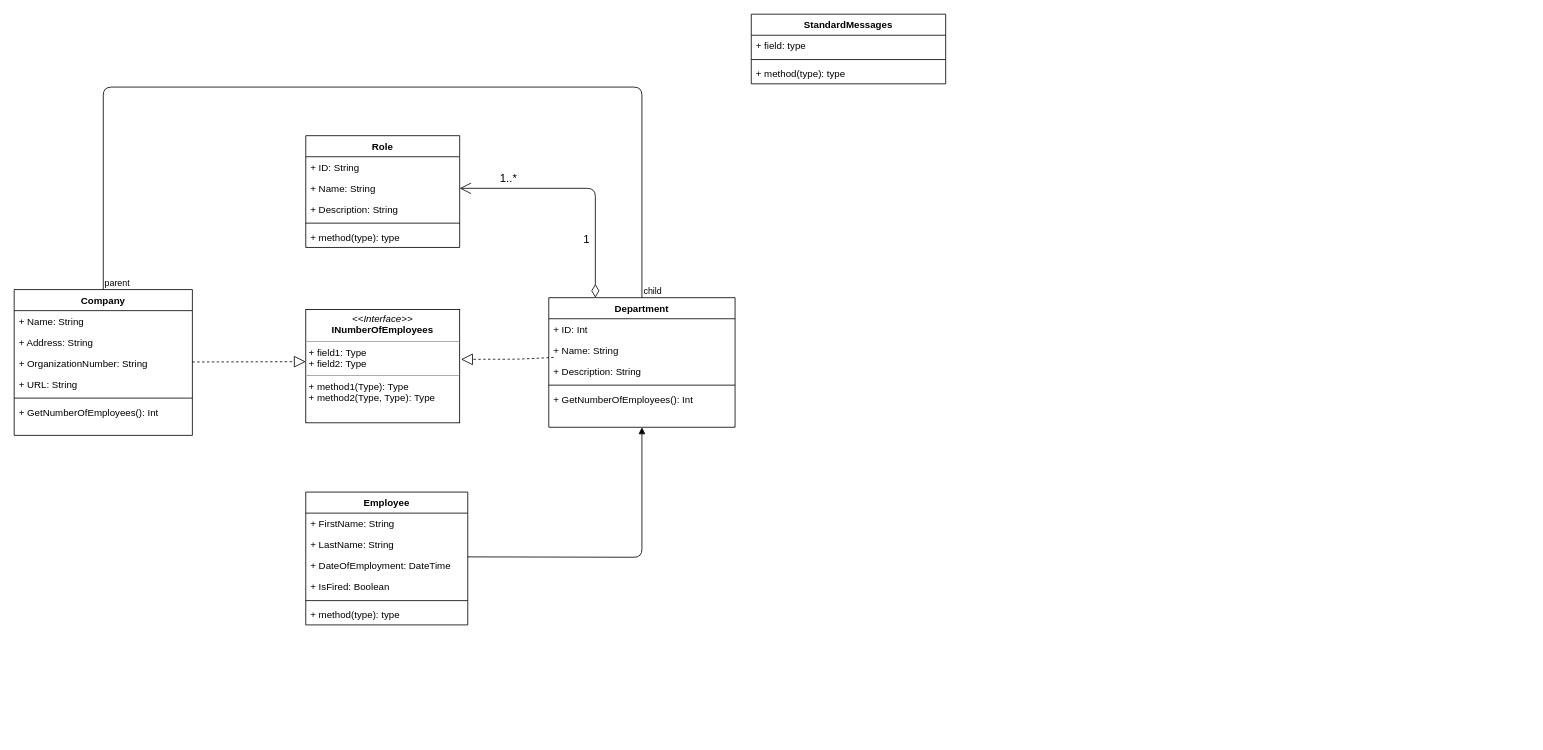
Earlier version of the draw.io diagram laboration_3/DICE.drawio (philipsinnott/gik2f7_laborationer). Source tidied: cells renumbered, new cells numbered last; positions are measured from the earlier drawing's top-left corner, leaving out a move shared by most shapes. Both pictures are drawn from the tidied source at 81%, with x=0, y=0 at pixel (14, 14).
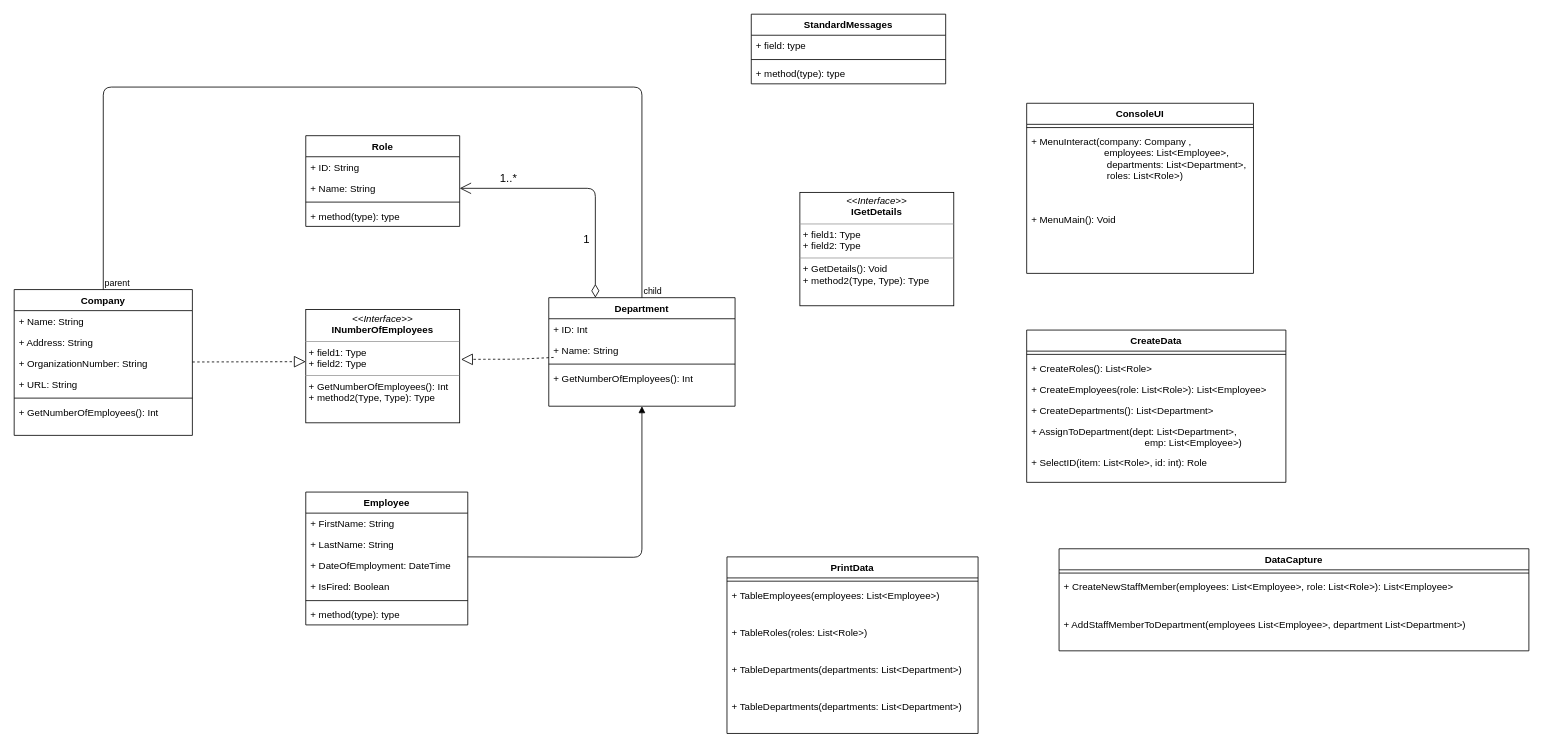
Above is the later version.

Change to the diagram source:
```diff
@@
     <mxCell id="9" value="Department&#10;" style="swimlane;fontStyle=1;align=center;verticalAlign=top;horizontal=1;startSize=26;" parent="1" vertex="1">
-      <mxGeometry x="660" y="350" width="230" height="160" as="geometry" />
+      <mxGeometry x="660" y="350" width="230" height="134" as="geometry" />
     </mxCell>
@@
-    <mxCell id="12" value="+ Description: String" style="text;strokeColor=none;fillColor=none;align=left;verticalAlign=top;spacingLeft=4;spacingRight=4;overflow=hidden;points=[[0,0.5],[1,0.5]];portConstraint=eastwest;" parent="9" vertex="1">
-      <mxGeometry y="78" width="230" height="26" as="geometry" />
-    </mxCell>
     <mxCell id="13" style="line;strokeWidth=1;fillColor=none;align=left;verticalAlign=middle;spacingTop=-1;spacingLeft=3;spacingRight=3;labelPosition=right;" parent="9" vertex="1">
-      <mxGeometry y="104" width="230" height="8" as="geometry" />
+      <mxGeometry y="78" width="230" height="8" as="geometry" />
     </mxCell>
     <mxCell id="14" value="+ GetNumberOfEmployees(): Int" style="text;strokeColor=none;fillColor=none;align=left;verticalAlign=top;spacingLeft=4;spacingRight=4;overflow=hidden;" parent="9" vertex="1">
-      <mxGeometry y="112" width="230" height="48" as="geometry" />
+      <mxGeometry y="86" width="230" height="48" as="geometry" />
     </mxCell>
@@
-    <mxCell id="22" value="&lt;p style=&quot;margin: 0px ; margin-top: 4px ; text-align: center&quot;&gt;&lt;i&gt;&amp;lt;&amp;lt;Interface&amp;gt;&amp;gt;&lt;/i&gt;&lt;br&gt;&lt;b&gt;INumberOfEmployees&lt;/b&gt;&lt;br&gt;&lt;/p&gt;&lt;hr size=&quot;1&quot;&gt;&lt;p style=&quot;margin: 0px ; margin-left: 4px&quot;&gt;+ field1: Type&lt;br&gt;+ field2: Type&lt;/p&gt;&lt;hr size=&quot;1&quot;&gt;&lt;p style=&quot;margin: 0px ; margin-left: 4px&quot;&gt;+ method1(Type): Type&lt;br&gt;+ method2(Type, Type): Type&lt;/p&gt;" style="verticalAlign=top;align=left;overflow=fill;fontSize=12;fontFamily=Helvetica;html=1;" parent="1" vertex="1">
+    <mxCell id="22" value="&lt;p style=&quot;margin: 0px ; margin-top: 4px ; text-align: center&quot;&gt;&lt;i&gt;&amp;lt;&amp;lt;Interface&amp;gt;&amp;gt;&lt;/i&gt;&lt;br&gt;&lt;b&gt;INumberOfEmployees&lt;/b&gt;&lt;br&gt;&lt;/p&gt;&lt;hr size=&quot;1&quot;&gt;&lt;p style=&quot;margin: 0px ; margin-left: 4px&quot;&gt;+ field1: Type&lt;br&gt;+ field2: Type&lt;/p&gt;&lt;hr size=&quot;1&quot;&gt;&lt;p style=&quot;margin: 0px ; margin-left: 4px&quot;&gt;+ GetNumberOfEmployees(): Int&lt;br&gt;+ method2(Type, Type): Type&lt;/p&gt;" style="verticalAlign=top;align=left;overflow=fill;fontSize=12;fontFamily=Helvetica;html=1;" parent="1" vertex="1">
       <mxGeometry x="360" y="364.5" width="190" height="140" as="geometry" />
     </mxCell>
     <mxCell id="23" value="Role" style="swimlane;fontStyle=1;align=center;verticalAlign=top;horizontal=1;startSize=26;" parent="1" vertex="1">
-      <mxGeometry x="360" y="150" width="190" height="138" as="geometry" />
+      <mxGeometry x="360" y="150" width="190" height="112" as="geometry" />
     </mxCell>
@@
-    <mxCell id="26" value="+ Description: String" style="text;strokeColor=none;fillColor=none;align=left;verticalAlign=top;spacingLeft=4;spacingRight=4;overflow=hidden;" parent="23" vertex="1">
-      <mxGeometry y="78" width="190" height="26" as="geometry" />
-    </mxCell>
     <mxCell id="27" style="line;strokeWidth=1;fillColor=none;align=left;verticalAlign=middle;spacingTop=-1;spacingLeft=3;spacingRight=3;labelPosition=right;" parent="23" vertex="1">
-      <mxGeometry y="104" width="190" height="8" as="geometry" />
+      <mxGeometry y="78" width="190" height="8" as="geometry" />
     </mxCell>
     <mxCell id="28" value="+ method(type): type" style="text;strokeColor=none;fillColor=none;align=left;verticalAlign=top;spacingLeft=4;spacingRight=4;overflow=hidden;" parent="23" vertex="1">
-      <mxGeometry y="112" width="190" height="26" as="geometry" />
+      <mxGeometry y="86" width="190" height="26" as="geometry" />
     </mxCell>
@@
-    <mxCell id="34" style="endArrow=block;dashed=1;endFill=0;endSize=12;html=1;entryX=1.009;entryY=0.441;entryDx=0;entryDy=0;entryPerimeter=0;exitX=0.026;exitY=-0.161;exitDx=0;exitDy=0;exitPerimeter=0;" parent="1" edge="1" source="12" target="22">
+    <mxCell id="34" style="endArrow=block;dashed=1;endFill=0;endSize=12;html=1;entryX=1.009;entryY=0.441;entryDx=0;entryDy=0;entryPerimeter=0;exitX=0.026;exitY=-0.161;exitDx=0;exitDy=0;exitPerimeter=0;" parent="1" edge="1" target="22">
       <mxGeometry relative="1" as="geometry">
+        <mxPoint x="666" y="423.8" as="sourcePoint" />
         <Array as="points">
           <mxPoint x="620" y="426" />
           <mxPoint x="590" y="426" />
         </Array>
       </mxGeometry>
     </mxCell>
@@
+    <mxCell id="41" value="ConsoleUI" style="swimlane;fontStyle=1;align=center;verticalAlign=top;horizontal=1;startSize=26;" parent="1" vertex="1">
+      <mxGeometry x="1250" y="110" width="280" height="210" as="geometry" />
+    </mxCell>
+    <mxCell id="42" style="line;strokeWidth=1;fillColor=none;align=left;verticalAlign=middle;spacingTop=-1;spacingLeft=3;spacingRight=3;labelPosition=right;" parent="41" vertex="1">
+      <mxGeometry y="26" width="280" height="8" as="geometry" />
+    </mxCell>
+    <mxCell id="43" value="+ MenuInteract(company: Company , &#10;                           employees: List&lt;Employee&gt;,&#10;                             departments: List&lt;Department&gt;,&#10;                             roles: List&lt;Role&gt;)" style="text;strokeColor=none;fillColor=none;align=left;verticalAlign=top;spacingLeft=4;spacingRight=4;overflow=hidden;" parent="41" vertex="1">
+      <mxGeometry y="34" width="280" height="96" as="geometry" />
+    </mxCell>
+    <mxCell id="44" value="+ MenuMain(): Void" style="text;strokeColor=none;fillColor=none;align=left;verticalAlign=top;spacingLeft=4;spacingRight=4;overflow=hidden;" parent="41" vertex="1">
+      <mxGeometry y="130" width="280" height="80" as="geometry" />
+    </mxCell>
+    <mxCell id="45" value="CreateData" style="swimlane;fontStyle=1;align=center;verticalAlign=top;horizontal=1;startSize=26;" parent="1" vertex="1">
+      <mxGeometry x="1250" y="390" width="320" height="188" as="geometry" />
+    </mxCell>
+    <mxCell id="46" style="line;strokeWidth=1;fillColor=none;align=left;verticalAlign=middle;spacingTop=-1;spacingLeft=3;spacingRight=3;labelPosition=right;" parent="45" vertex="1">
+      <mxGeometry y="26" width="320" height="8" as="geometry" />
+    </mxCell>
+    <mxCell id="47" value="+ CreateRoles(): List&lt;Role&gt;" style="text;strokeColor=none;fillColor=none;align=left;verticalAlign=top;spacingLeft=4;spacingRight=4;overflow=hidden;" parent="45" vertex="1">
+      <mxGeometry y="34" width="320" height="26" as="geometry" />
+    </mxCell>
+    <mxCell id="48" value="+ CreateEmployees(role: List&lt;Role&gt;): List&lt;Employee&gt;" style="text;strokeColor=none;fillColor=none;align=left;verticalAlign=top;spacingLeft=4;spacingRight=4;overflow=hidden;" parent="45" vertex="1">
+      <mxGeometry y="60" width="320" height="26" as="geometry" />
+    </mxCell>
+    <mxCell id="49" value="+ CreateDepartments(): List&lt;Department&gt;" style="text;strokeColor=none;fillColor=none;align=left;verticalAlign=top;spacingLeft=4;spacingRight=4;overflow=hidden;" parent="45" vertex="1">
+      <mxGeometry y="86" width="320" height="26" as="geometry" />
+    </mxCell>
+    <mxCell id="50" value="+ AssignToDepartment(dept: List&lt;Department&gt;,&#10;                                          emp: List&lt;Employee&gt;)&#10;&#10;" style="text;strokeColor=none;fillColor=none;align=left;verticalAlign=top;spacingLeft=4;spacingRight=4;overflow=hidden;" parent="45" vertex="1">
+      <mxGeometry y="112" width="320" height="38" as="geometry" />
+    </mxCell>
+    <mxCell id="51" value="+ SelectID(item: List&lt;Role&gt;, id: int): Role" style="text;strokeColor=none;fillColor=none;align=left;verticalAlign=top;spacingLeft=4;spacingRight=4;overflow=hidden;" parent="45" vertex="1">
+      <mxGeometry y="150" width="320" height="38" as="geometry" />
+    </mxCell>
+    <mxCell id="52" value="PrintData" style="swimlane;fontStyle=1;align=center;verticalAlign=top;horizontal=1;startSize=26;" parent="1" vertex="1">
+      <mxGeometry x="880" y="670" width="310" height="218" as="geometry" />
+    </mxCell>
+    <mxCell id="53" style="line;strokeWidth=1;fillColor=none;align=left;verticalAlign=middle;spacingTop=-1;spacingLeft=3;spacingRight=3;labelPosition=right;" parent="52" vertex="1">
+      <mxGeometry y="26" width="310" height="8" as="geometry" />
+    </mxCell>
+    <mxCell id="54" value="+ TableEmployees(employees: List&lt;Employee&gt;)" style="text;strokeColor=none;fillColor=none;align=left;verticalAlign=top;spacingLeft=4;spacingRight=4;overflow=hidden;" parent="52" vertex="1">
+      <mxGeometry y="34" width="310" height="46" as="geometry" />
+    </mxCell>
+    <mxCell id="55" value="+ TableRoles(roles: List&lt;Role&gt;)" style="text;strokeColor=none;fillColor=none;align=left;verticalAlign=top;spacingLeft=4;spacingRight=4;overflow=hidden;" parent="52" vertex="1">
+      <mxGeometry y="80" width="310" height="46" as="geometry" />
+    </mxCell>
+    <mxCell id="56" value="+ TableDepartments(departments: List&lt;Department&gt;)" style="text;strokeColor=none;fillColor=none;align=left;verticalAlign=top;spacingLeft=4;spacingRight=4;overflow=hidden;" parent="52" vertex="1">
+      <mxGeometry y="126" width="310" height="46" as="geometry" />
+    </mxCell>
+    <mxCell id="57" value="+ TableDepartments(departments: List&lt;Department&gt;)" style="text;strokeColor=none;fillColor=none;align=left;verticalAlign=top;spacingLeft=4;spacingRight=4;overflow=hidden;" parent="52" vertex="1">
+      <mxGeometry y="172" width="310" height="46" as="geometry" />
+    </mxCell>
+    <mxCell id="58" value="&lt;p style=&quot;margin: 0px ; margin-top: 4px ; text-align: center&quot;&gt;&lt;i&gt;&amp;lt;&amp;lt;Interface&amp;gt;&amp;gt;&lt;/i&gt;&lt;br&gt;&lt;b&gt;IGetDetails&lt;/b&gt;&lt;br&gt;&lt;/p&gt;&lt;hr size=&quot;1&quot;&gt;&lt;p style=&quot;margin: 0px ; margin-left: 4px&quot;&gt;+ field1: Type&lt;br&gt;+ field2: Type&lt;/p&gt;&lt;hr size=&quot;1&quot;&gt;&lt;p style=&quot;margin: 0px ; margin-left: 4px&quot;&gt;+ GetDetails(): Void&lt;br&gt;+ method2(Type, Type): Type&lt;/p&gt;" style="verticalAlign=top;align=left;overflow=fill;fontSize=12;fontFamily=Helvetica;html=1;" parent="1" vertex="1">
+      <mxGeometry x="970" y="220" width="190" height="140" as="geometry" />
+    </mxCell>
+    <mxCell id="59" value="DataCapture" style="swimlane;fontStyle=1;align=center;verticalAlign=top;horizontal=1;startSize=26;" parent="1" vertex="1">
+      <mxGeometry x="1290" y="660" width="580" height="126" as="geometry" />
+    </mxCell>
+    <mxCell id="60" style="line;strokeWidth=1;fillColor=none;align=left;verticalAlign=middle;spacingTop=-1;spacingLeft=3;spacingRight=3;labelPosition=right;" parent="59" vertex="1">
+      <mxGeometry y="26" width="580" height="8" as="geometry" />
+    </mxCell>
+    <mxCell id="61" value="+ CreateNewStaffMember(employees: List&lt;Employee&gt;, role: List&lt;Role&gt;): List&lt;Employee&gt;" style="text;strokeColor=none;fillColor=none;align=left;verticalAlign=top;spacingLeft=4;spacingRight=4;overflow=hidden;" parent="59" vertex="1">
+      <mxGeometry y="34" width="580" height="46" as="geometry" />
+    </mxCell>
+    <mxCell id="62" value="+ AddStaffMemberToDepartment(employees List&lt;Employee&gt;, department List&lt;Department&gt;)" style="text;strokeColor=none;fillColor=none;align=left;verticalAlign=top;spacingLeft=4;spacingRight=4;overflow=hidden;" parent="59" vertex="1">
+      <mxGeometry y="80" width="580" height="46" as="geometry" />
+    </mxCell>
```
